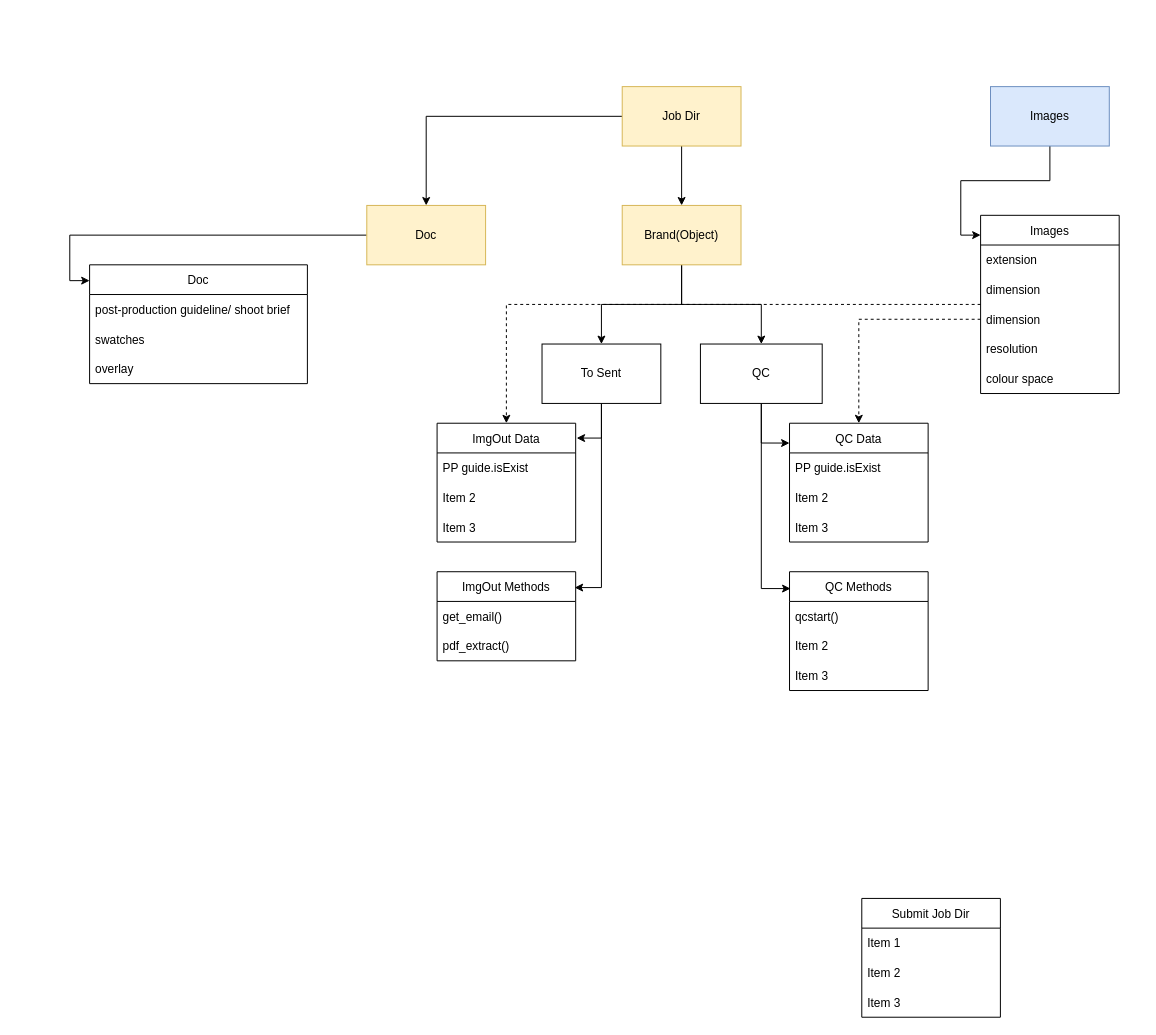
The draw.io diagram python/IHS Class Diagram.drawio in pugtooone/IHS, before the edit. Source tidied: cells renumbered, new cells numbered last; positions are measured from the earlier drawing's top-left corner, leaving out a move shared by most shapes. Both pictures are drawn from the tidied source at 99%, with x=0, y=0 at pixel (89, 86).
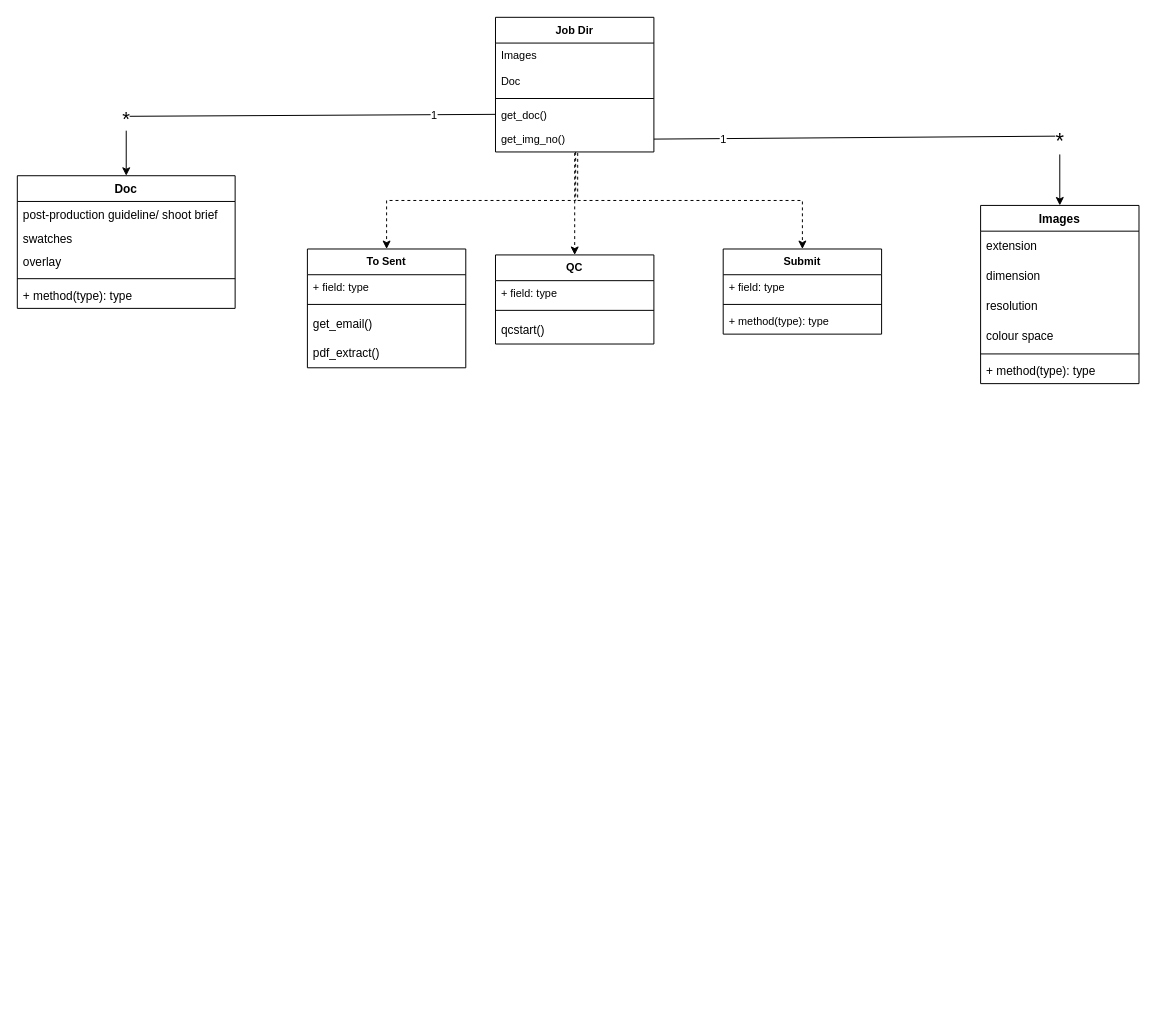
The same page after the edit.

Commit message:
update class diagram

What changed in the source:
```diff
@@
-    <mxCell id="2" style="edgeStyle=orthogonalEdgeStyle;rounded=0;jettySize=auto;html=1;entryX=0.5;entryY=0;entryDx=0;entryDy=0;dashed=1;" parent="1" edge="1" source="3" target="40">
-      <mxGeometry relative="1" as="geometry" />
-    </mxCell>
-    <mxCell id="3" value="Images" style="swimlane;fontStyle=0;horizontal=1;startSize=30;" parent="1" vertex="1">
-      <mxGeometry x="900" y="130" width="140" height="180" as="geometry" />
-    </mxCell>
+    <mxCell id="49" style="endArrow=classic;html=1;rounded=0;exitX=0;exitY=0.5;exitDx=0;exitDy=0;entryX=0.5;entryY=0;entryDx=0;entryDy=0;" parent="1" edge="1" source="71" target="55">
+      <mxGeometry relative="1" as="geometry">
+        <Array as="points">
+          <mxPoint x="37" y="30" />
+        </Array>
+      </mxGeometry>
+    </mxCell>
+    <mxCell id="50" value="&lt;font style=&quot;font-size: 20px;&quot;&gt;*&lt;/font&gt;" style="edgeLabel;html=1;align=center;verticalAlign=middle;" parent="49" vertex="1">
+      <mxGeometry x="0.73" y="-1" relative="1" as="geometry" />
+    </mxCell>
+    <mxCell id="51" value="1" style="edgeLabel;html=1;align=center;verticalAlign=middle;" parent="49" vertex="1">
+      <mxGeometry x="-0.71" relative="1" as="geometry" />
+    </mxCell>
+    <mxCell id="52" style="endArrow=classic;html=1;rounded=0;entryX=0.5;entryY=0;entryDx=0;entryDy=0;exitX=1;exitY=0.5;exitDx=0;exitDy=0;" parent="1" edge="1" source="72" target="58">
+      <mxGeometry relative="1" as="geometry">
+        <Array as="points">
+          <mxPoint x="980" y="50" />
+        </Array>
+      </mxGeometry>
+    </mxCell>
+    <mxCell id="53" value="&lt;font style=&quot;font-size: 22px;&quot;&gt;*&lt;/font&gt;" style="edgeLabel;html=1;align=center;verticalAlign=middle;" parent="52" vertex="1">
+      <mxGeometry x="0.73" y="-1" relative="1" as="geometry" />
+    </mxCell>
+    <mxCell id="54" value="1" style="edgeLabel;html=1;align=center;verticalAlign=middle;" parent="52" vertex="1">
+      <mxGeometry x="-0.71" relative="1" as="geometry" />
+    </mxCell>
+    <mxCell id="55" value="Doc" style="swimlane;fontStyle=1;align=center;verticalAlign=top;horizontal=1;startSize=26;" parent="1" vertex="1">
+      <mxGeometry x="-73" y="90" width="220" height="134" as="geometry" />
+    </mxCell>
+    <mxCell id="21" value="post-production guideline/ shoot brief    " style="text;strokeColor=none;fillColor=none;align=left;verticalAlign=top;spacingLeft=4;spacingRight=4;overflow=hidden;" parent="55" vertex="1">
+      <mxGeometry y="26" width="220" height="24" as="geometry" />
+    </mxCell>
+    <mxCell id="22" value="swatches" style="text;strokeColor=none;fillColor=none;align=left;verticalAlign=top;spacingLeft=4;spacingRight=4;overflow=hidden;" parent="55" vertex="1">
+      <mxGeometry y="50" width="220" height="24" as="geometry" />
+    </mxCell>
+    <mxCell id="23" value="overlay" style="text;strokeColor=none;fillColor=none;align=left;verticalAlign=top;spacingLeft=4;spacingRight=4;overflow=hidden;" parent="55" vertex="1">
+      <mxGeometry y="74" width="220" height="26" as="geometry" />
+    </mxCell>
+    <mxCell id="56" style="line;strokeWidth=1;fillColor=none;align=left;verticalAlign=middle;spacingTop=-1;spacingLeft=3;spacingRight=3;labelPosition=right;" parent="55" vertex="1">
+      <mxGeometry y="100" width="220" height="8" as="geometry" />
+    </mxCell>
+    <mxCell id="57" value="+ method(type): type" style="text;strokeColor=none;fillColor=none;align=left;verticalAlign=top;spacingLeft=4;spacingRight=4;overflow=hidden;" parent="55" vertex="1">
+      <mxGeometry y="108" width="220" height="26" as="geometry" />
+    </mxCell>
+    <mxCell id="58" value="Images" style="swimlane;fontStyle=1;align=center;verticalAlign=top;horizontal=1;startSize=26;" parent="1" vertex="1">
+      <mxGeometry x="900" y="120" width="160" height="180" as="geometry" />
+    </mxCell>
-    <mxCell id="4" value="extension" style="text;strokeColor=none;fillColor=none;align=left;verticalAlign=middle;spacingLeft=4;spacingRight=4;overflow=hidden;" parent="3" vertex="1">
-      <mxGeometry y="30" width="140" height="30" as="geometry" />
+    <mxCell id="4" value="extension" style="text;strokeColor=none;fillColor=none;align=left;verticalAlign=middle;spacingLeft=4;spacingRight=4;overflow=hidden;" parent="58" vertex="1">
+      <mxGeometry y="26" width="160" height="30" as="geometry" />
     </mxCell>
-    <mxCell id="5" value="dimension" style="text;strokeColor=none;fillColor=none;align=left;verticalAlign=middle;spacingLeft=4;spacingRight=4;overflow=hidden;" parent="3" vertex="1">
-      <mxGeometry y="60" width="140" height="30" as="geometry" />
-    </mxCell>
-    <mxCell id="6" value="dimension" style="text;strokeColor=none;fillColor=none;align=left;verticalAlign=middle;spacingLeft=4;spacingRight=4;overflow=hidden;points=[[0,0.5],[1,0.5]];portConstraint=eastwest;" parent="3" vertex="1">
-      <mxGeometry y="90" width="140" height="30" as="geometry" />
+    <mxCell id="6" value="dimension" style="text;strokeColor=none;fillColor=none;align=left;verticalAlign=middle;spacingLeft=4;spacingRight=4;overflow=hidden;points=[[0,0.5],[1,0.5]];portConstraint=eastwest;" parent="58" vertex="1">
+      <mxGeometry y="56" width="160" height="30" as="geometry" />
     </mxCell>
-    <mxCell id="7" value="resolution" style="text;strokeColor=none;fillColor=none;align=left;verticalAlign=middle;spacingLeft=4;spacingRight=4;overflow=hidden;" parent="3" vertex="1">
-      <mxGeometry y="120" width="140" height="30" as="geometry" />
+    <mxCell id="7" value="resolution" style="text;strokeColor=none;fillColor=none;align=left;verticalAlign=middle;spacingLeft=4;spacingRight=4;overflow=hidden;" parent="58" vertex="1">
+      <mxGeometry y="86" width="160" height="30" as="geometry" />
     </mxCell>
-    <mxCell id="8" value="colour space" style="text;strokeColor=none;fillColor=none;align=left;verticalAlign=middle;spacingLeft=4;spacingRight=4;overflow=hidden;" parent="3" vertex="1">
-      <mxGeometry y="150" width="140" height="30" as="geometry" />
+    <mxCell id="8" value="colour space" style="text;strokeColor=none;fillColor=none;align=left;verticalAlign=middle;spacingLeft=4;spacingRight=4;overflow=hidden;" parent="58" vertex="1">
+      <mxGeometry y="116" width="160" height="30" as="geometry" />
     </mxCell>
-    <mxCell id="9" value="ImgOut Methods" style="swimlane;fontStyle=0;horizontal=1;startSize=30;" parent="1" vertex="1">
-      <mxGeometry x="351" y="490" width="140" height="90" as="geometry" />
-    </mxCell>
+    <mxCell id="59" style="line;strokeWidth=1;fillColor=none;align=left;verticalAlign=middle;spacingTop=-1;spacingLeft=3;spacingRight=3;labelPosition=right;" parent="58" vertex="1">
+      <mxGeometry y="146" width="160" height="8" as="geometry" />
+    </mxCell>
+    <mxCell id="60" value="+ method(type): type" style="text;strokeColor=none;fillColor=none;align=left;verticalAlign=top;spacingLeft=4;spacingRight=4;overflow=hidden;" parent="58" vertex="1">
+      <mxGeometry y="154" width="160" height="26" as="geometry" />
+    </mxCell>
+    <mxCell id="39" value="QC" style="swimlane;fontStyle=1;align=center;verticalAlign=top;horizontal=1;startSize=26;fontSize=11;" parent="1" vertex="1">
+      <mxGeometry x="410" y="170" width="160" height="90" as="geometry" />
+    </mxCell>
+    <mxCell id="61" value="+ field: type" style="text;strokeColor=none;fillColor=none;align=left;verticalAlign=top;spacingLeft=4;spacingRight=4;overflow=hidden;fontSize=11;" parent="39" vertex="1">
+      <mxGeometry y="26" width="160" height="26" as="geometry" />
+    </mxCell>
+    <mxCell id="62" style="line;strokeWidth=1;fillColor=none;align=left;verticalAlign=middle;spacingTop=-1;spacingLeft=3;spacingRight=3;labelPosition=right;fontSize=20;" parent="39" vertex="1">
+      <mxGeometry y="52" width="160" height="8" as="geometry" />
+    </mxCell>
+    <mxCell id="13" value="qcstart()" style="text;strokeColor=none;fillColor=none;align=left;verticalAlign=middle;spacingLeft=4;spacingRight=4;overflow=hidden;" parent="39" vertex="1">
+      <mxGeometry y="60" width="160" height="30" as="geometry" />
+    </mxCell>
+    <mxCell id="36" value="To Sent" style="swimlane;fontStyle=1;align=center;verticalAlign=top;horizontal=1;startSize=26;fontSize=11;" parent="1" vertex="1">
+      <mxGeometry x="220" y="164" width="160" height="120" as="geometry" />
+    </mxCell>
+    <mxCell id="63" value="+ field: type" style="text;strokeColor=none;fillColor=none;align=left;verticalAlign=top;spacingLeft=4;spacingRight=4;overflow=hidden;fontSize=11;" parent="36" vertex="1">
+      <mxGeometry y="26" width="160" height="26" as="geometry" />
+    </mxCell>
+    <mxCell id="64" style="line;strokeWidth=1;fillColor=none;align=left;verticalAlign=middle;spacingTop=-1;spacingLeft=3;spacingRight=3;labelPosition=right;fontSize=11;" parent="36" vertex="1">
+      <mxGeometry y="52" width="160" height="8" as="geometry" />
+    </mxCell>
-    <mxCell id="10" value="get_email()" style="text;strokeColor=none;fillColor=none;align=left;verticalAlign=middle;spacingLeft=4;spacingRight=4;overflow=hidden;" parent="9" vertex="1">
-      <mxGeometry y="30" width="140" height="30" as="geometry" />
+    <mxCell id="10" value="get_email()" style="text;strokeColor=none;fillColor=none;align=left;verticalAlign=middle;spacingLeft=4;spacingRight=4;overflow=hidden;" parent="36" vertex="1">
+      <mxGeometry y="60" width="160" height="30" as="geometry" />
     </mxCell>
-    <mxCell id="11" value="pdf_extract()" style="text;strokeColor=none;fillColor=none;align=left;verticalAlign=middle;spacingLeft=4;spacingRight=4;overflow=hidden;" parent="9" vertex="1">
-      <mxGeometry y="60" width="140" height="30" as="geometry" />
+    <mxCell id="11" value="pdf_extract()" style="text;strokeColor=none;fillColor=none;align=left;verticalAlign=middle;spacingLeft=4;spacingRight=4;overflow=hidden;" parent="36" vertex="1">
+      <mxGeometry y="90" width="160" height="30" as="geometry" />
     </mxCell>
-    <mxCell id="12" value="QC Methods" style="swimlane;fontStyle=0;horizontal=1;startSize=30;" parent="1" vertex="1">
-      <mxGeometry x="707" y="490" width="140" height="120" as="geometry" />
-    </mxCell>
-    <mxCell id="13" value="qcstart()" style="text;strokeColor=none;fillColor=none;align=left;verticalAlign=middle;spacingLeft=4;spacingRight=4;overflow=hidden;" parent="12" vertex="1">
-      <mxGeometry y="30" width="140" height="30" as="geometry" />
-    </mxCell>
-    <mxCell id="14" value="Item 2" style="text;strokeColor=none;fillColor=none;align=left;verticalAlign=middle;spacingLeft=4;spacingRight=4;overflow=hidden;" parent="12" vertex="1">
-      <mxGeometry y="60" width="140" height="30" as="geometry" />
-    </mxCell>
-    <mxCell id="15" value="Item 3" style="text;strokeColor=none;fillColor=none;align=left;verticalAlign=middle;spacingLeft=4;spacingRight=4;overflow=hidden;" parent="12" vertex="1">
-      <mxGeometry y="90" width="140" height="30" as="geometry" />
-    </mxCell>
-    <mxCell id="16" value="Submit Job Dir" style="swimlane;fontStyle=0;horizontal=1;startSize=30;" parent="1" vertex="1">
-      <mxGeometry x="780" y="820" width="140" height="120" as="geometry" />
-    </mxCell>
-    <mxCell id="17" value="Item 1" style="text;strokeColor=none;fillColor=none;align=left;verticalAlign=middle;spacingLeft=4;spacingRight=4;overflow=hidden;" parent="16" vertex="1">
-      <mxGeometry y="30" width="140" height="30" as="geometry" />
-    </mxCell>
-    <mxCell id="18" value="Item 2" style="text;strokeColor=none;fillColor=none;align=left;verticalAlign=middle;spacingLeft=4;spacingRight=4;overflow=hidden;" parent="16" vertex="1">
-      <mxGeometry y="60" width="140" height="30" as="geometry" />
-    </mxCell>
-    <mxCell id="19" value="Item 3" style="text;strokeColor=none;fillColor=none;align=left;verticalAlign=middle;spacingLeft=4;spacingRight=4;overflow=hidden;" parent="16" vertex="1">
-      <mxGeometry y="90" width="140" height="30" as="geometry" />
-    </mxCell>
-    <mxCell id="20" value="Doc" style="swimlane;fontStyle=0;horizontal=1;startSize=30;" parent="1" vertex="1">
-      <mxGeometry y="180" width="220" height="120" as="geometry" />
-    </mxCell>
-    <mxCell id="21" value="post-production guideline/ shoot brief" style="text;strokeColor=none;fillColor=none;align=left;verticalAlign=middle;spacingLeft=4;spacingRight=4;overflow=hidden;" parent="20" vertex="1">
-      <mxGeometry y="30" width="220" height="30" as="geometry" />
-    </mxCell>
-    <mxCell id="22" value="swatches" style="text;strokeColor=none;fillColor=none;align=left;verticalAlign=middle;spacingLeft=4;spacingRight=4;overflow=hidden;" parent="20" vertex="1">
-      <mxGeometry y="60" width="220" height="30" as="geometry" />
-    </mxCell>
-    <mxCell id="23" value="overlay" style="text;strokeColor=none;fillColor=none;align=left;verticalAlign=middle;spacingLeft=4;spacingRight=4;overflow=hidden;" parent="20" vertex="1">
-      <mxGeometry y="90" width="220" height="30" as="geometry" />
-    </mxCell>
-    <mxCell id="24" style="edgeStyle=orthogonalEdgeStyle;rounded=0;jettySize=auto;html=1;" parent="1" edge="1" source="26" target="29">
-      <mxGeometry relative="1" as="geometry" />
-    </mxCell>
-    <mxCell id="25" style="edgeStyle=orthogonalEdgeStyle;rounded=0;jettySize=auto;html=1;" parent="1" edge="1" source="26" target="33">
-      <mxGeometry relative="1" as="geometry" />
-    </mxCell>
+    <mxCell id="65" style="edgeStyle=orthogonalEdgeStyle;rounded=0;jettySize=auto;html=1;exitX=0.506;exitY=1;exitDx=0;exitDy=0;entryX=0.5;entryY=0;entryDx=0;entryDy=0;fontSize=11;exitPerimeter=0;dashed=1;" parent="1" edge="1" source="72" target="36">
+      <mxGeometry relative="1" as="geometry" />
+    </mxCell>
+    <mxCell id="66" style="edgeStyle=orthogonalEdgeStyle;rounded=0;jettySize=auto;html=1;exitX=0.5;exitY=1.038;exitDx=0;exitDy=0;entryX=0.5;entryY=0;entryDx=0;entryDy=0;dashed=1;fontSize=11;exitPerimeter=0;" parent="1" edge="1" source="72" target="39">
+      <mxGeometry relative="1" as="geometry" />
+    </mxCell>
+    <mxCell id="67" style="edgeStyle=orthogonalEdgeStyle;rounded=0;jettySize=auto;html=1;exitX=0.519;exitY=1.038;exitDx=0;exitDy=0;entryX=0.5;entryY=0;entryDx=0;entryDy=0;dashed=1;fontSize=11;exitPerimeter=0;" parent="1" edge="1" source="72" target="73">
+      <mxGeometry relative="1" as="geometry" />
+    </mxCell>
-    <mxCell id="26" value="Job Dir" style="rounded=0;whiteSpace=wrap;html=1;fillColor=#fff2cc;strokeColor=#d6b656;" parent="1" vertex="1">
-      <mxGeometry x="538" width="120" height="60" as="geometry" />
+    <mxCell id="26" value="Job Dir" style="swimlane;fontStyle=1;align=center;verticalAlign=top;horizontal=1;startSize=26;fontSize=11;" parent="1" vertex="1">
+      <mxGeometry x="410" y="-70" width="160" height="136" as="geometry" />
     </mxCell>
-    <mxCell id="27" style="edgeStyle=orthogonalEdgeStyle;rounded=0;jettySize=auto;html=1;" parent="1" edge="1" source="29" target="36">
-      <mxGeometry relative="1" as="geometry" />
-    </mxCell>
-    <mxCell id="28" style="edgeStyle=orthogonalEdgeStyle;rounded=0;jettySize=auto;html=1;" parent="1" edge="1" source="29" target="39">
-      <mxGeometry relative="1" as="geometry" />
-    </mxCell>
-    <mxCell id="29" value="Brand(Object)" style="whiteSpace=wrap;html=1;rounded=0;fillColor=#fff2cc;strokeColor=#d6b656;" parent="1" vertex="1">
-      <mxGeometry x="538" y="120" width="120" height="60" as="geometry" />
-    </mxCell>
-    <mxCell id="30" style="edgeStyle=orthogonalEdgeStyle;rounded=0;jettySize=auto;html=1;entryX=0;entryY=0.111;entryDx=0;entryDy=0;entryPerimeter=0;" parent="1" edge="1" source="31" target="3">
-      <mxGeometry relative="1" as="geometry" />
-    </mxCell>
-    <mxCell id="31" value="Images" style="whiteSpace=wrap;html=1;rounded=0;fillColor=#dae8fc;strokeColor=#6c8ebf;" parent="1" vertex="1">
-      <mxGeometry x="910" width="120" height="60" as="geometry" />
-    </mxCell>
-    <mxCell id="32" style="edgeStyle=orthogonalEdgeStyle;rounded=0;jettySize=auto;html=1;entryX=0;entryY=0.133;entryDx=0;entryDy=0;entryPerimeter=0;" parent="1" edge="1" source="33" target="20">
-      <mxGeometry relative="1" as="geometry" />
-    </mxCell>
-    <mxCell id="33" value="Doc" style="whiteSpace=wrap;html=1;rounded=0;fillColor=#fff2cc;strokeColor=#d6b656;" parent="1" vertex="1">
-      <mxGeometry x="280" y="120" width="120" height="60" as="geometry" />
-    </mxCell>
-    <mxCell id="34" style="edgeStyle=orthogonalEdgeStyle;rounded=0;jettySize=auto;html=1;entryX=0.993;entryY=0.178;entryDx=0;entryDy=0;entryPerimeter=0;" parent="1" edge="1" source="36" target="9">
-      <mxGeometry relative="1" as="geometry" />
-    </mxCell>
-    <mxCell id="35" style="edgeStyle=orthogonalEdgeStyle;rounded=0;jettySize=auto;html=1;entryX=1.007;entryY=0.125;entryDx=0;entryDy=0;entryPerimeter=0;" parent="1" edge="1" source="36" target="40">
-      <mxGeometry relative="1" as="geometry" />
-    </mxCell>
-    <mxCell id="36" value="To Sent" style="whiteSpace=wrap;html=1;rounded=0;" parent="1" vertex="1">
-      <mxGeometry x="457" y="260" width="120" height="60" as="geometry" />
-    </mxCell>
-    <mxCell id="37" style="edgeStyle=orthogonalEdgeStyle;rounded=0;jettySize=auto;html=1;entryX=0.007;entryY=0.142;entryDx=0;entryDy=0;entryPerimeter=0;" parent="1" edge="1" source="39" target="12">
-      <mxGeometry relative="1" as="geometry" />
-    </mxCell>
-    <mxCell id="38" style="edgeStyle=orthogonalEdgeStyle;rounded=0;jettySize=auto;html=1;entryX=0;entryY=0.167;entryDx=0;entryDy=0;entryPerimeter=0;" parent="1" edge="1" source="39" target="44">
-      <mxGeometry relative="1" as="geometry" />
-    </mxCell>
-    <mxCell id="39" value="QC" style="whiteSpace=wrap;html=1;rounded=0;" parent="1" vertex="1">
-      <mxGeometry x="617" y="260" width="123" height="60" as="geometry" />
-    </mxCell>
-    <mxCell id="40" value="ImgOut Data" style="swimlane;fontStyle=0;horizontal=1;startSize=30;" parent="1" vertex="1">
-      <mxGeometry x="351" y="340" width="140" height="120" as="geometry" />
-    </mxCell>
-    <mxCell id="41" value="PP guide.isExist" style="text;strokeColor=none;fillColor=none;align=left;verticalAlign=middle;spacingLeft=4;spacingRight=4;overflow=hidden;" parent="40" vertex="1">
-      <mxGeometry y="30" width="140" height="30" as="geometry" />
-    </mxCell>
-    <mxCell id="42" value="Item 2" style="text;strokeColor=none;fillColor=none;align=left;verticalAlign=middle;spacingLeft=4;spacingRight=4;overflow=hidden;" parent="40" vertex="1">
-      <mxGeometry y="60" width="140" height="30" as="geometry" />
-    </mxCell>
-    <mxCell id="43" value="Item 3" style="text;strokeColor=none;fillColor=none;align=left;verticalAlign=middle;spacingLeft=4;spacingRight=4;overflow=hidden;" parent="40" vertex="1">
-      <mxGeometry y="90" width="140" height="30" as="geometry" />
-    </mxCell>
-    <mxCell id="44" value="QC Data" style="swimlane;fontStyle=0;horizontal=1;startSize=30;" parent="1" vertex="1">
-      <mxGeometry x="707" y="340" width="140" height="120" as="geometry" />
-    </mxCell>
-    <mxCell id="45" value="PP guide.isExist" style="text;strokeColor=none;fillColor=none;align=left;verticalAlign=middle;spacingLeft=4;spacingRight=4;overflow=hidden;" parent="44" vertex="1">
-      <mxGeometry y="30" width="140" height="30" as="geometry" />
-    </mxCell>
-    <mxCell id="46" value="Item 2" style="text;strokeColor=none;fillColor=none;align=left;verticalAlign=middle;spacingLeft=4;spacingRight=4;overflow=hidden;" parent="44" vertex="1">
-      <mxGeometry y="60" width="140" height="30" as="geometry" />
-    </mxCell>
-    <mxCell id="47" value="Item 3" style="text;strokeColor=none;fillColor=none;align=left;verticalAlign=middle;spacingLeft=4;spacingRight=4;overflow=hidden;" parent="44" vertex="1">
-      <mxGeometry y="90" width="140" height="30" as="geometry" />
-    </mxCell>
-    <mxCell id="48" style="edgeStyle=orthogonalEdgeStyle;rounded=0;jettySize=auto;html=1;entryX=0.5;entryY=0;entryDx=0;entryDy=0;dashed=1;" parent="1" edge="1" source="6" target="44">
-      <mxGeometry relative="1" as="geometry" />
-    </mxCell>
+    <mxCell id="68" value="Images" style="text;strokeColor=none;fillColor=none;align=left;verticalAlign=top;spacingLeft=4;spacingRight=4;overflow=hidden;fontSize=11;" parent="26" vertex="1">
+      <mxGeometry y="26" width="160" height="26" as="geometry" />
+    </mxCell>
+    <mxCell id="69" value="Doc" style="text;strokeColor=none;fillColor=none;align=left;verticalAlign=top;spacingLeft=4;spacingRight=4;overflow=hidden;fontSize=11;" parent="26" vertex="1">
+      <mxGeometry y="52" width="160" height="26" as="geometry" />
+    </mxCell>
+    <mxCell id="70" style="line;strokeWidth=1;fillColor=none;align=left;verticalAlign=middle;spacingTop=-1;spacingLeft=3;spacingRight=3;labelPosition=right;fontSize=11;" parent="26" vertex="1">
+      <mxGeometry y="78" width="160" height="8" as="geometry" />
+    </mxCell>
+    <mxCell id="71" value="get_doc()" style="text;strokeColor=none;fillColor=none;align=left;verticalAlign=top;spacingLeft=4;spacingRight=4;overflow=hidden;points=[[0,0.5],[1,0.5]];portConstraint=eastwest;fontSize=11;" parent="26" vertex="1">
+      <mxGeometry y="86" width="160" height="24" as="geometry" />
+    </mxCell>
+    <mxCell id="72" value="get_img_no()" style="text;strokeColor=none;fillColor=none;align=left;verticalAlign=top;spacingLeft=4;spacingRight=4;overflow=hidden;points=[[0,0.5],[1,0.5]];portConstraint=eastwest;fontSize=11;" parent="26" vertex="1">
+      <mxGeometry y="110" width="160" height="26" as="geometry" />
+    </mxCell>
+    <mxCell id="73" value="Submit" style="swimlane;fontStyle=1;align=center;verticalAlign=top;horizontal=1;startSize=26;fontSize=11;" parent="1" vertex="1">
+      <mxGeometry x="640" y="164" width="160" height="86" as="geometry" />
+    </mxCell>
+    <mxCell id="74" value="+ field: type" style="text;strokeColor=none;fillColor=none;align=left;verticalAlign=top;spacingLeft=4;spacingRight=4;overflow=hidden;fontSize=11;" parent="73" vertex="1">
+      <mxGeometry y="26" width="160" height="26" as="geometry" />
+    </mxCell>
+    <mxCell id="75" style="line;strokeWidth=1;fillColor=none;align=left;verticalAlign=middle;spacingTop=-1;spacingLeft=3;spacingRight=3;labelPosition=right;fontSize=11;" parent="73" vertex="1">
+      <mxGeometry y="52" width="160" height="8" as="geometry" />
+    </mxCell>
+    <mxCell id="76" value="+ method(type): type" style="text;strokeColor=none;fillColor=none;align=left;verticalAlign=top;spacingLeft=4;spacingRight=4;overflow=hidden;fontSize=11;" parent="73" vertex="1">
+      <mxGeometry y="60" width="160" height="26" as="geometry" />
+    </mxCell>
```
